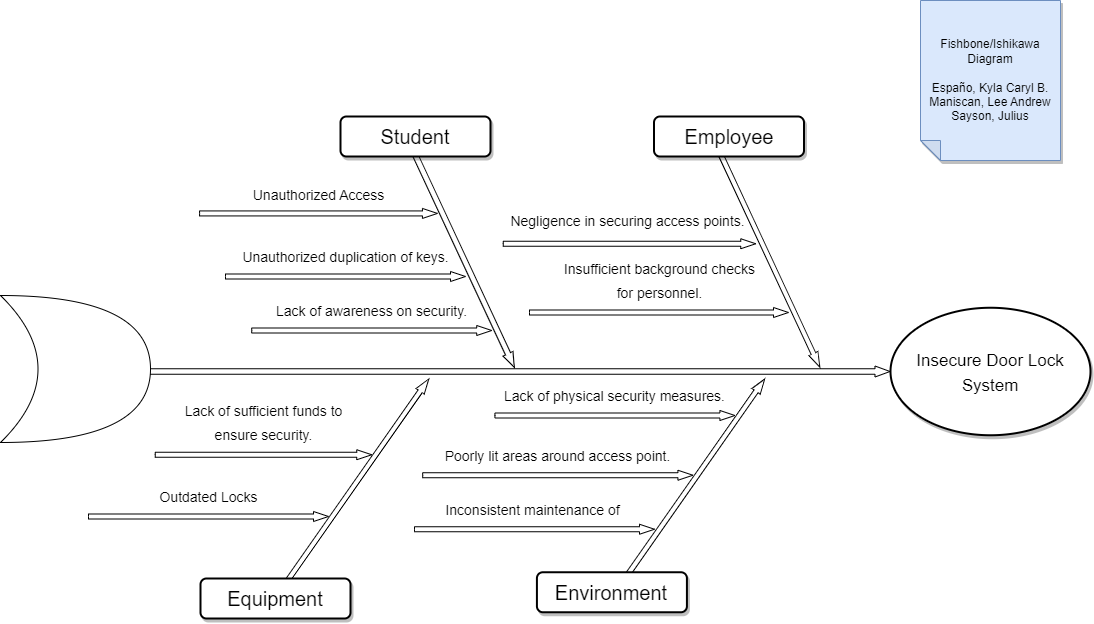
Above: Fishbone Diagram.drawio.png in kaisunoo/Acads (draw.io), before the change. Source tidied: cells renumbered, new cells last; positions are measured from the earlier drawing's top-left corner, leaving out a move shared by most shapes.
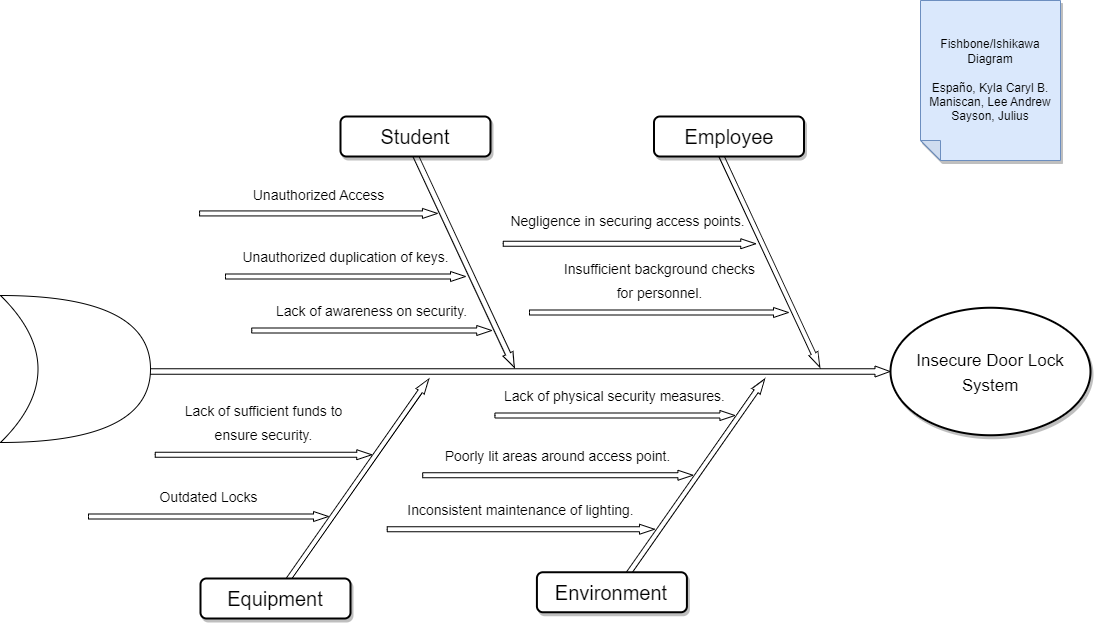
After the change.

Change to the diagram source:
```diff
@@ -62,8 +62,8 @@
     <mxCell id="21" value="&lt;font style=&quot;font-size: 14px;&quot;&gt;&lt;div style=&quot;&quot;&gt;Unauthorized Access&lt;br&gt;&lt;/div&gt;&lt;div style=&quot;&quot;&gt;&amp;nbsp;&lt;/div&gt;&lt;/font&gt;" style="html=1;shadow=0;dashed=0;align=center;verticalAlign=middle;shape=mxgraph.arrows2.arrow;dy=0.5;dx=15;direction=north;notch=0;rounded=0;strokeWidth=1;fontSize=20;rotation=90;horizontal=0;labelPosition=left;verticalLabelPosition=middle;" parent="1" vertex="1">
       <mxGeometry x="313" y="94" width="10" height="237.9" as="geometry" />
     </mxCell>
-    <mxCell id="22" value="&lt;font style=&quot;font-size: 14px;&quot;&gt;Inconsistent maintenance of&amp;nbsp;&lt;br&gt;&lt;br&gt;&lt;/font&gt;" style="html=1;shadow=0;dashed=0;align=center;verticalAlign=middle;shape=mxgraph.arrows2.arrow;dy=0.5;dx=15;direction=north;notch=0;rounded=0;strokeWidth=1;fontSize=20;rotation=90;horizontal=0;labelPosition=left;verticalLabelPosition=middle;" parent="1" vertex="1">
-      <mxGeometry x="529" y="408.8" width="10" height="240" as="geometry" />
+    <mxCell id="22" value="&lt;font style=&quot;font-size: 14px;&quot;&gt;Inconsistent maintenance of lighting.&lt;br&gt;&lt;br&gt;&lt;/font&gt;" style="html=1;shadow=0;dashed=0;align=center;verticalAlign=middle;shape=mxgraph.arrows2.arrow;dy=0.5;dx=15;direction=north;notch=0;rounded=0;strokeWidth=1;fontSize=20;rotation=90;horizontal=0;labelPosition=left;verticalLabelPosition=middle;" parent="1" vertex="1">
+      <mxGeometry x="515.4" y="395.1" width="10" height="267.2" as="geometry" />
     </mxCell>
     <mxCell id="23" style="shape=xor;whiteSpace=wrap;html=1;" parent="1" vertex="1">
       <mxGeometry y="295" width="150" height="147" as="geometry" />
```
